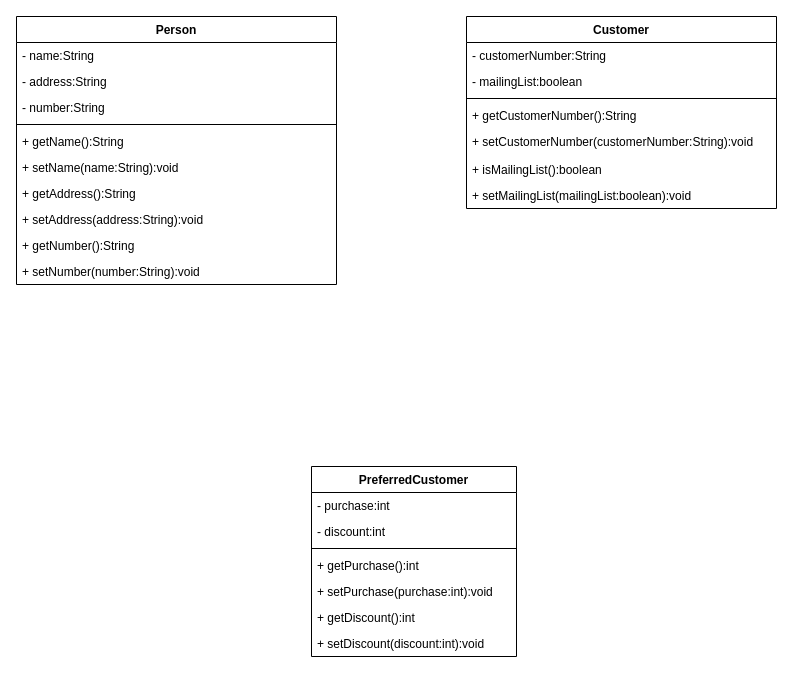
Before: Task1.drawio in aiin-syafikah/Week-2, a draw.io diagram. Source tidied: cells renumbered, new cells numbered last; positions are measured from the earlier drawing's top-left corner, leaving out a move shared by most shapes. Both pictures are drawn from the tidied source at 100%, with x=0, y=0 at pixel (16, 16).
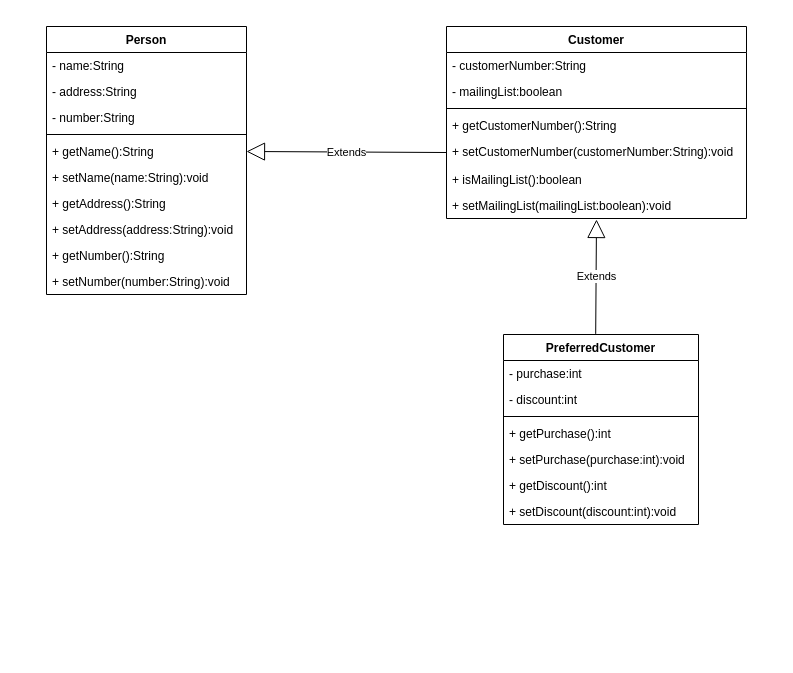
After the change.

What changed in the source:
```diff
@@
     <mxCell id="2" value="Person" style="swimlane;fontStyle=1;align=center;verticalAlign=top;horizontal=1;startSize=26;" parent="1" vertex="1">
-      <mxGeometry width="320" height="268" as="geometry" />
+      <mxGeometry x="30" y="10" width="200" height="268" as="geometry" />
     </mxCell>
     <mxCell id="3" value="- name:String" style="text;strokeColor=none;fillColor=none;align=left;verticalAlign=top;spacingLeft=4;spacingRight=4;overflow=hidden;" parent="2" vertex="1">
-      <mxGeometry y="26" width="320" height="26" as="geometry" />
+      <mxGeometry y="26" width="200" height="26" as="geometry" />
     </mxCell>
     <mxCell id="4" value="- address:String" style="text;strokeColor=none;fillColor=none;align=left;verticalAlign=top;spacingLeft=4;spacingRight=4;overflow=hidden;" parent="2" vertex="1">
-      <mxGeometry y="52" width="320" height="26" as="geometry" />
+      <mxGeometry y="52" width="200" height="26" as="geometry" />
     </mxCell>
     <mxCell id="5" value="- number:String" style="text;strokeColor=none;fillColor=none;align=left;verticalAlign=top;spacingLeft=4;spacingRight=4;overflow=hidden;" parent="2" vertex="1">
-      <mxGeometry y="78" width="320" height="26" as="geometry" />
+      <mxGeometry y="78" width="200" height="26" as="geometry" />
     </mxCell>
     <mxCell id="6" style="line;strokeWidth=1;fillColor=none;align=left;verticalAlign=middle;spacingTop=-1;spacingLeft=3;spacingRight=3;labelPosition=right;" parent="2" vertex="1">
-      <mxGeometry y="104" width="320" height="8" as="geometry" />
+      <mxGeometry y="104" width="200" height="8" as="geometry" />
     </mxCell>
     <mxCell id="7" value="+ getName():String" style="text;strokeColor=none;fillColor=none;align=left;verticalAlign=top;spacingLeft=4;spacingRight=4;overflow=hidden;points=[[0,0.5],[1,0.5]];portConstraint=eastwest;" parent="2" vertex="1">
-      <mxGeometry y="112" width="320" height="26" as="geometry" />
+      <mxGeometry y="112" width="200" height="26" as="geometry" />
     </mxCell>
     <mxCell id="8" value="+ setName(name:String):void" style="text;strokeColor=none;fillColor=none;align=left;verticalAlign=top;spacingLeft=4;spacingRight=4;overflow=hidden;" parent="2" vertex="1">
-      <mxGeometry y="138" width="320" height="26" as="geometry" />
+      <mxGeometry y="138" width="200" height="26" as="geometry" />
     </mxCell>
     <mxCell id="9" value="+ getAddress():String" style="text;strokeColor=none;fillColor=none;align=left;verticalAlign=top;spacingLeft=4;spacingRight=4;overflow=hidden;" parent="2" vertex="1">
-      <mxGeometry y="164" width="320" height="26" as="geometry" />
+      <mxGeometry y="164" width="200" height="26" as="geometry" />
     </mxCell>
     <mxCell id="10" value="+ setAddress(address:String):void" style="text;strokeColor=none;fillColor=none;align=left;verticalAlign=top;spacingLeft=4;spacingRight=4;overflow=hidden;" parent="2" vertex="1">
-      <mxGeometry y="190" width="320" height="26" as="geometry" />
+      <mxGeometry y="190" width="200" height="26" as="geometry" />
     </mxCell>
     <mxCell id="11" value="+ getNumber():String" style="text;strokeColor=none;fillColor=none;align=left;verticalAlign=top;spacingLeft=4;spacingRight=4;overflow=hidden;" parent="2" vertex="1">
-      <mxGeometry y="216" width="320" height="26" as="geometry" />
+      <mxGeometry y="216" width="200" height="26" as="geometry" />
     </mxCell>
     <mxCell id="12" value="+ setNumber(number:String):void" style="text;strokeColor=none;fillColor=none;align=left;verticalAlign=top;spacingLeft=4;spacingRight=4;overflow=hidden;" parent="2" vertex="1">
-      <mxGeometry y="242" width="320" height="26" as="geometry" />
+      <mxGeometry y="242" width="200" height="26" as="geometry" />
     </mxCell>
     <mxCell id="13" value="Customer" style="swimlane;fontStyle=1;align=center;verticalAlign=top;horizontal=1;startSize=26;" parent="1" vertex="1">
-      <mxGeometry x="450" width="310" height="192" as="geometry" />
+      <mxGeometry x="430" y="10" width="300" height="192" as="geometry" />
     </mxCell>
     <mxCell id="14" value="- customerNumber:String" style="text;strokeColor=none;fillColor=none;align=left;verticalAlign=top;spacingLeft=4;spacingRight=4;overflow=hidden;" parent="13" vertex="1">
-      <mxGeometry y="26" width="310" height="26" as="geometry" />
+      <mxGeometry y="26" width="300" height="26" as="geometry" />
     </mxCell>
     <mxCell id="15" value="- mailingList:boolean" style="text;strokeColor=none;fillColor=none;align=left;verticalAlign=top;spacingLeft=4;spacingRight=4;overflow=hidden;" parent="13" vertex="1">
-      <mxGeometry y="52" width="310" height="26" as="geometry" />
+      <mxGeometry y="52" width="300" height="26" as="geometry" />
     </mxCell>
     <mxCell id="16" style="line;strokeWidth=1;fillColor=none;align=left;verticalAlign=middle;spacingTop=-1;spacingLeft=3;spacingRight=3;labelPosition=right;" parent="13" vertex="1">
-      <mxGeometry y="78" width="310" height="8" as="geometry" />
+      <mxGeometry y="78" width="300" height="8" as="geometry" />
     </mxCell>
     <mxCell id="17" value="+ getCustomerNumber():String" style="text;strokeColor=none;fillColor=none;align=left;verticalAlign=top;spacingLeft=4;spacingRight=4;overflow=hidden;" parent="13" vertex="1">
-      <mxGeometry y="86" width="310" height="26" as="geometry" />
+      <mxGeometry y="86" width="300" height="26" as="geometry" />
     </mxCell>
     <mxCell id="18" value="+ setCustomerNumber(customerNumber:String):void" style="text;strokeColor=none;fillColor=none;align=left;verticalAlign=top;spacingLeft=4;spacingRight=4;overflow=hidden;points=[[0,0.5],[1,0.5]];portConstraint=eastwest;" parent="13" vertex="1">
-      <mxGeometry y="112" width="310" height="28" as="geometry" />
+      <mxGeometry y="112" width="300" height="28" as="geometry" />
     </mxCell>
     <mxCell id="19" value="+ isMailingList():boolean" style="text;strokeColor=none;fillColor=none;align=left;verticalAlign=top;spacingLeft=4;spacingRight=4;overflow=hidden;" parent="13" vertex="1">
-      <mxGeometry y="140" width="310" height="26" as="geometry" />
+      <mxGeometry y="140" width="300" height="26" as="geometry" />
     </mxCell>
     <mxCell id="20" value="+ setMailingList(mailingList:boolean):void" style="text;strokeColor=none;fillColor=none;align=left;verticalAlign=top;spacingLeft=4;spacingRight=4;overflow=hidden;" parent="13" vertex="1">
-      <mxGeometry y="166" width="310" height="26" as="geometry" />
+      <mxGeometry y="166" width="300" height="26" as="geometry" />
     </mxCell>
     <mxCell id="21" value="PreferredCustomer" style="swimlane;fontStyle=1;align=center;verticalAlign=top;horizontal=1;startSize=26;" parent="1" vertex="1">
-      <mxGeometry x="295" y="450" width="205" height="190" as="geometry" />
+      <mxGeometry x="487" y="318" width="195" height="190" as="geometry" />
     </mxCell>
     <mxCell id="22" value="- purchase:int" style="text;strokeColor=none;fillColor=none;align=left;verticalAlign=top;spacingLeft=4;spacingRight=4;overflow=hidden;" parent="21" vertex="1">
-      <mxGeometry y="26" width="205" height="26" as="geometry" />
+      <mxGeometry y="26" width="195" height="26" as="geometry" />
     </mxCell>
     <mxCell id="23" value="- discount:int" style="text;strokeColor=none;fillColor=none;align=left;verticalAlign=top;spacingLeft=4;spacingRight=4;overflow=hidden;" parent="21" vertex="1">
-      <mxGeometry y="52" width="205" height="26" as="geometry" />
+      <mxGeometry y="52" width="195" height="26" as="geometry" />
     </mxCell>
     <mxCell id="24" style="line;strokeWidth=1;fillColor=none;align=left;verticalAlign=middle;spacingTop=-1;spacingLeft=3;spacingRight=3;labelPosition=right;" parent="21" vertex="1">
-      <mxGeometry y="78" width="205" height="8" as="geometry" />
+      <mxGeometry y="78" width="195" height="8" as="geometry" />
     </mxCell>
     <mxCell id="25" value="+ getPurchase():int" style="text;strokeColor=none;fillColor=none;align=left;verticalAlign=top;spacingLeft=4;spacingRight=4;overflow=hidden;" parent="21" vertex="1">
-      <mxGeometry y="86" width="205" height="26" as="geometry" />
+      <mxGeometry y="86" width="195" height="26" as="geometry" />
     </mxCell>
     <mxCell id="26" value="+ setPurchase(purchase:int):void" style="text;strokeColor=none;fillColor=none;align=left;verticalAlign=top;spacingLeft=4;spacingRight=4;overflow=hidden;" parent="21" vertex="1">
-      <mxGeometry y="112" width="205" height="26" as="geometry" />
+      <mxGeometry y="112" width="195" height="26" as="geometry" />
     </mxCell>
     <mxCell id="27" value="+ getDiscount():int" style="text;strokeColor=none;fillColor=none;align=left;verticalAlign=top;spacingLeft=4;spacingRight=4;overflow=hidden;" parent="21" vertex="1">
-      <mxGeometry y="138" width="205" height="26" as="geometry" />
+      <mxGeometry y="138" width="195" height="26" as="geometry" />
     </mxCell>
     <mxCell id="28" value="+ setDiscount(discount:int):void" style="text;strokeColor=none;fillColor=none;align=left;verticalAlign=top;spacingLeft=4;spacingRight=4;overflow=hidden;" parent="21" vertex="1">
-      <mxGeometry y="164" width="205" height="26" as="geometry" />
+      <mxGeometry y="164" width="195" height="26" as="geometry" />
     </mxCell>
+    <mxCell id="29" value="Extends" style="endArrow=block;endSize=16;endFill=0;html=1;entryX=1;entryY=0.5;entryDx=0;entryDy=0;exitX=0;exitY=0.5;exitDx=0;exitDy=0;" parent="1" edge="1" source="18" target="7">
+      <mxGeometry relative="1" as="geometry" />
+    </mxCell>
+    <mxCell id="30" value="Extends" style="endArrow=block;endSize=16;endFill=0;html=1;exitX=0.55;exitY=0.002;exitDx=0;exitDy=0;exitPerimeter=0;" parent="1" edge="1">
+      <mxGeometry relative="1" as="geometry">
+        <mxPoint x="579.2" y="317.4" as="sourcePoint" />
+        <mxPoint x="580" y="203" as="targetPoint" />
+      </mxGeometry>
+    </mxCell>
```
